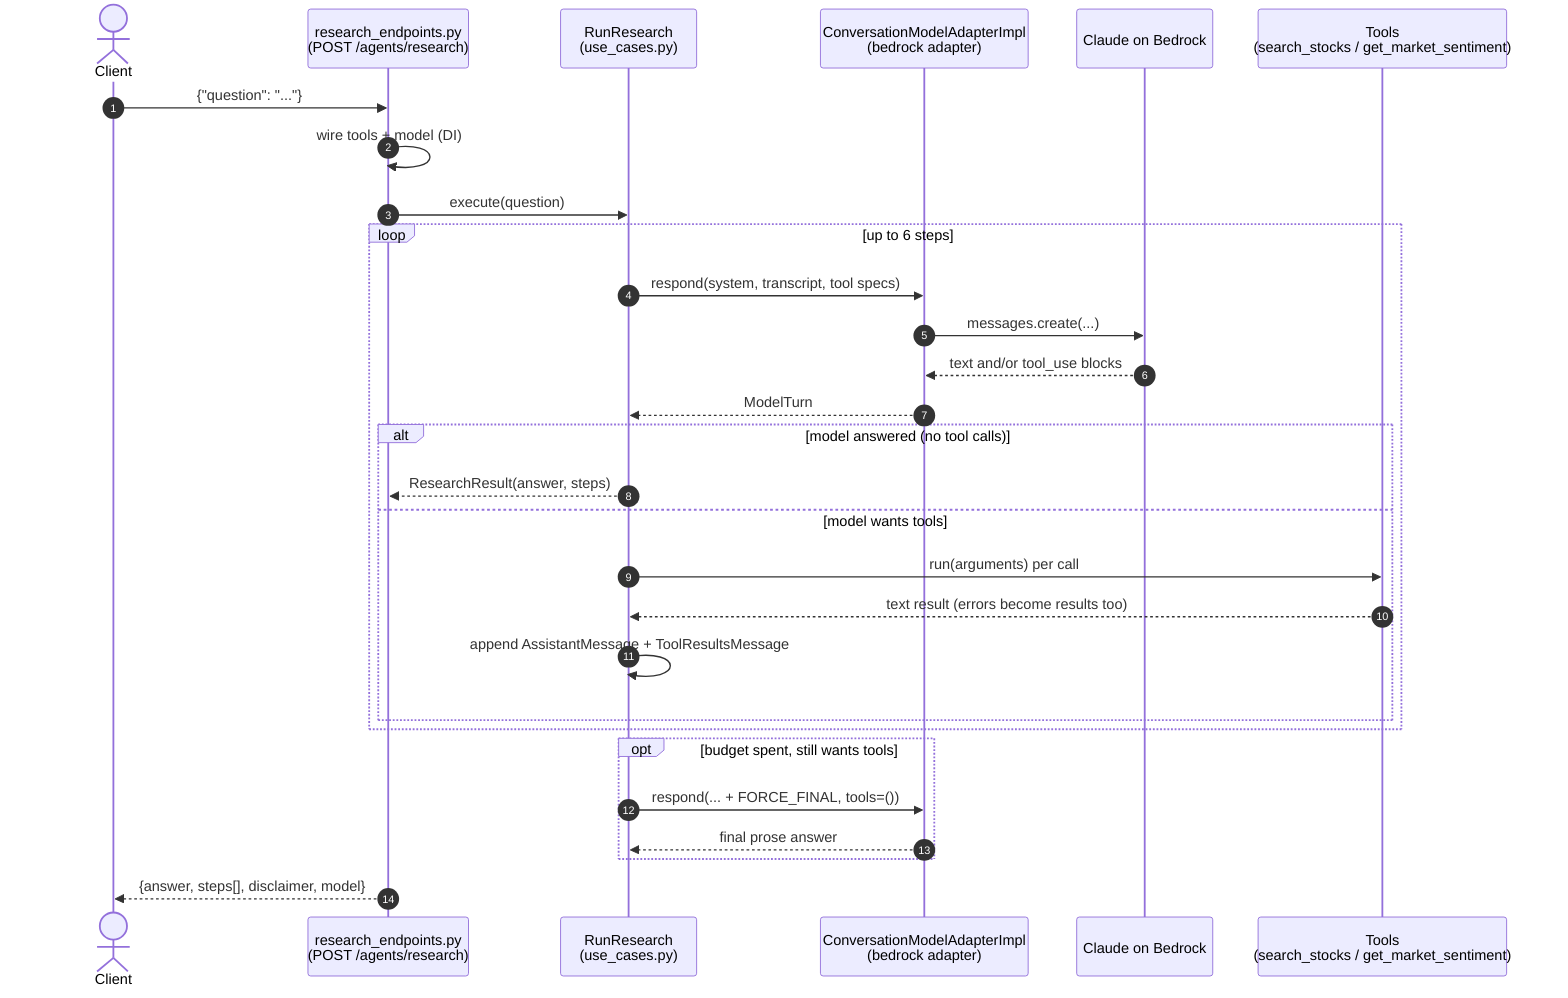
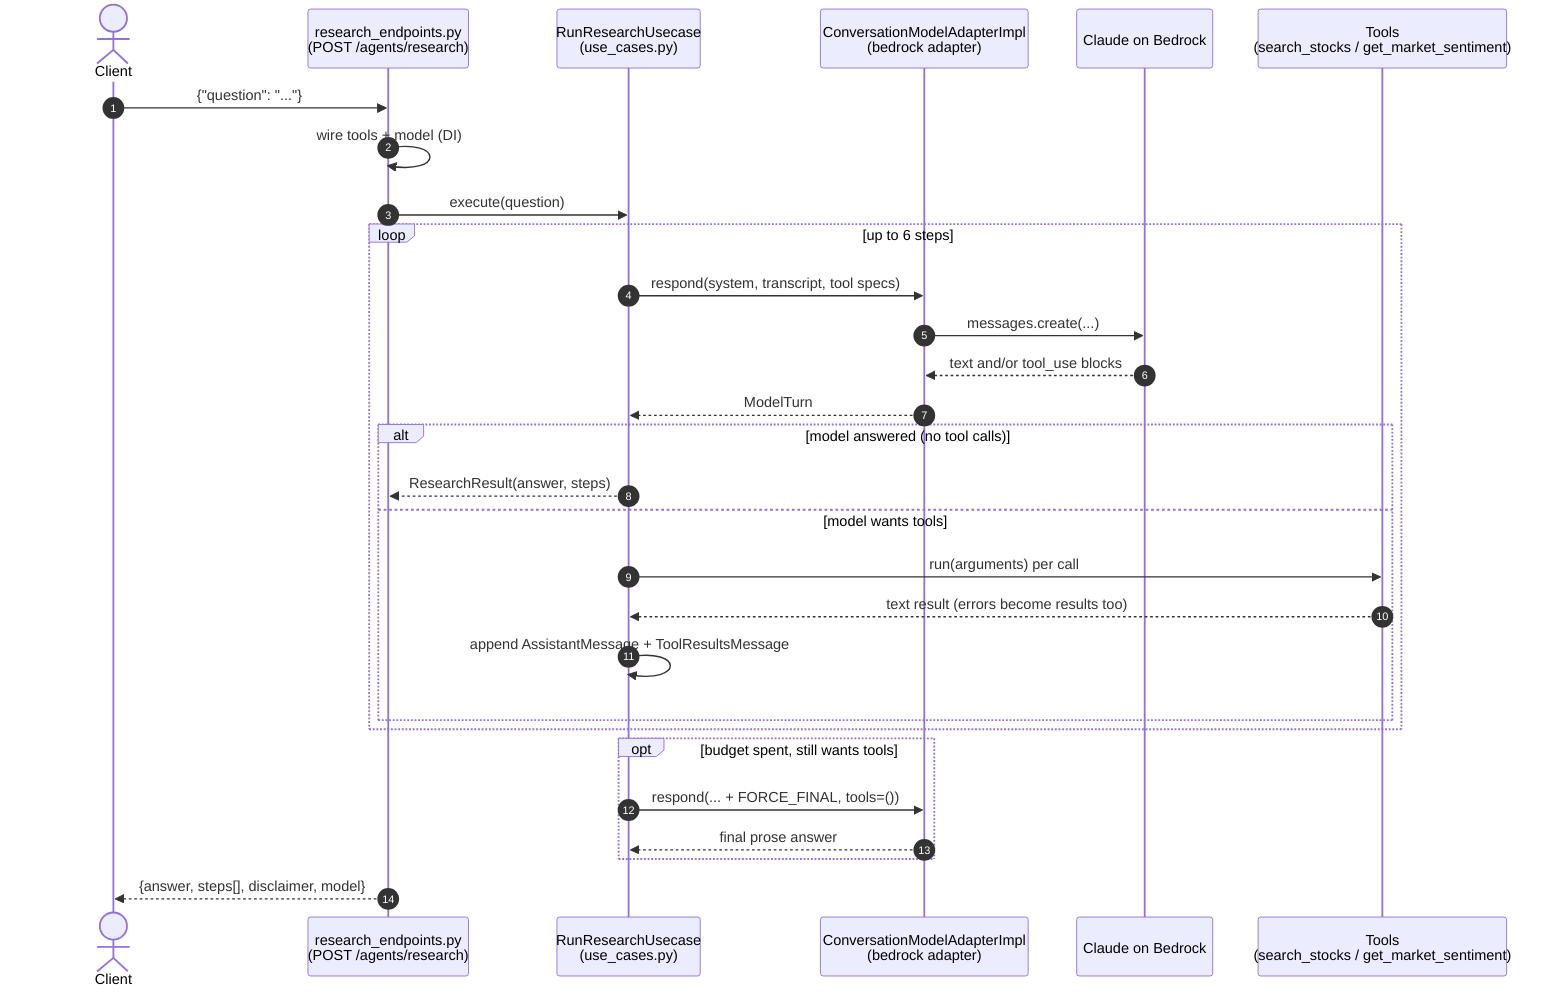
sequenceDiagram
    autonumber
    actor FE as Client
    participant EP as research_endpoints.py<br/>(POST /agents/research)
-     participant UC as RunResearch<br/>(use_cases.py)
+     participant UC as RunResearchUsecase<br/>(use_cases.py)
    participant AD as ConversationModelAdapterImpl<br/>(bedrock adapter)
    participant M as Claude on Bedrock
    participant T as Tools<br/>(search_stocks / get_market_sentiment)

    FE->>EP: {"question": "..."}
    EP->>EP: wire tools + model (DI)
    EP->>UC: execute(question)

    loop up to 6 steps
        UC->>AD: respond(system, transcript, tool specs)
        AD->>M: messages.create(...)
        M-->>AD: text and/or tool_use blocks
        AD-->>UC: ModelTurn
        alt model answered (no tool calls)
            UC-->>EP: ResearchResult(answer, steps)
        else model wants tools
            UC->>T: run(arguments) per call
            T-->>UC: text result (errors become results too)
            UC->>UC: append AssistantMessage + ToolResultsMessage
        end
    end

    opt budget spent, still wants tools
        UC->>AD: respond(... + FORCE_FINAL, tools=())
        AD-->>UC: final prose answer
    end

    EP-->>FE: {answer, steps[], disclaimer, model}
